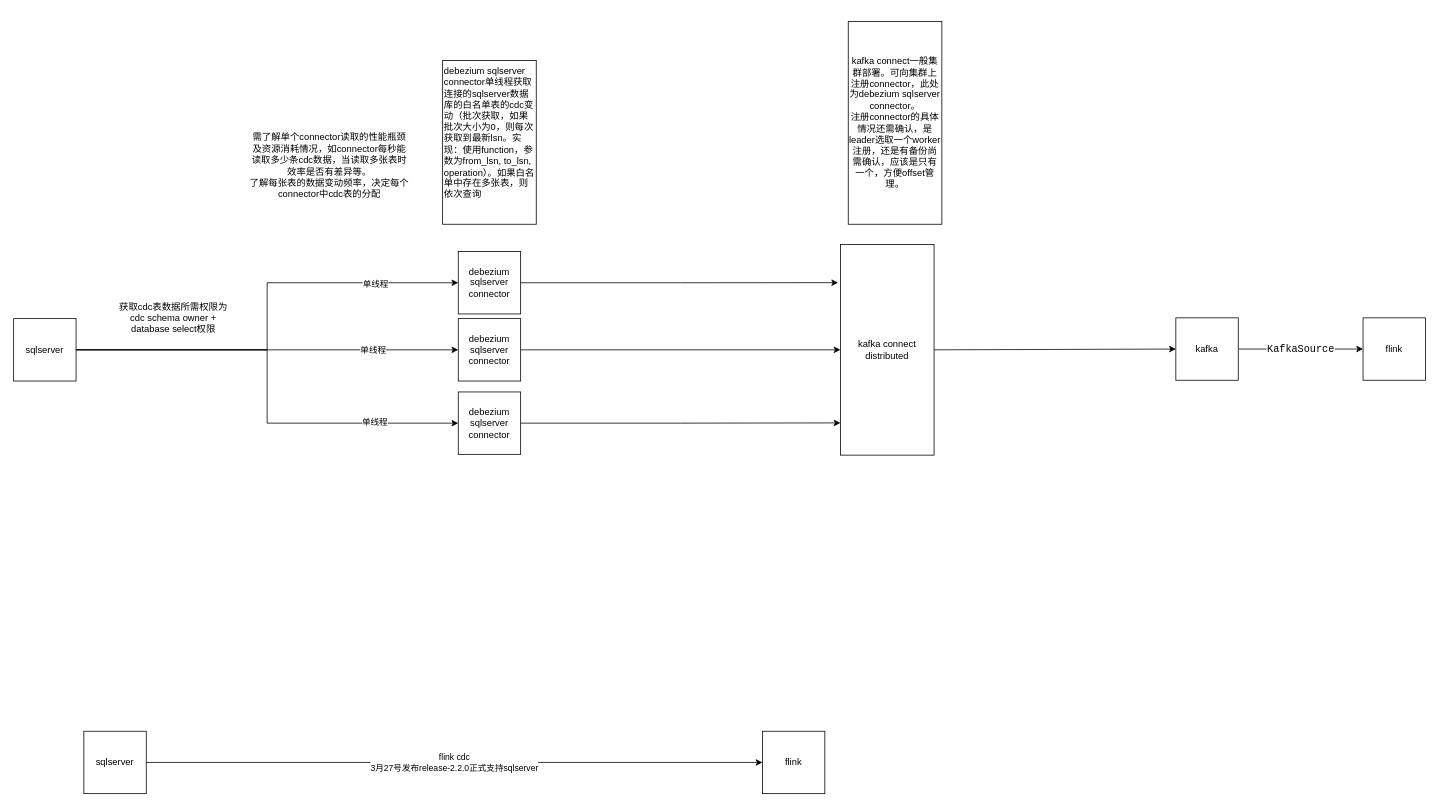
Before: 2021/Untitled Diagram.drawio in nanaliulei/studyPlan, a draw.io diagram. Source tidied: cells renumbered, new cells numbered last; positions are measured from the earlier drawing's top-left corner, leaving out a move shared by most shapes. Both pictures are drawn from the tidied source at 78%, with x=0, y=0 at pixel (13, 21).
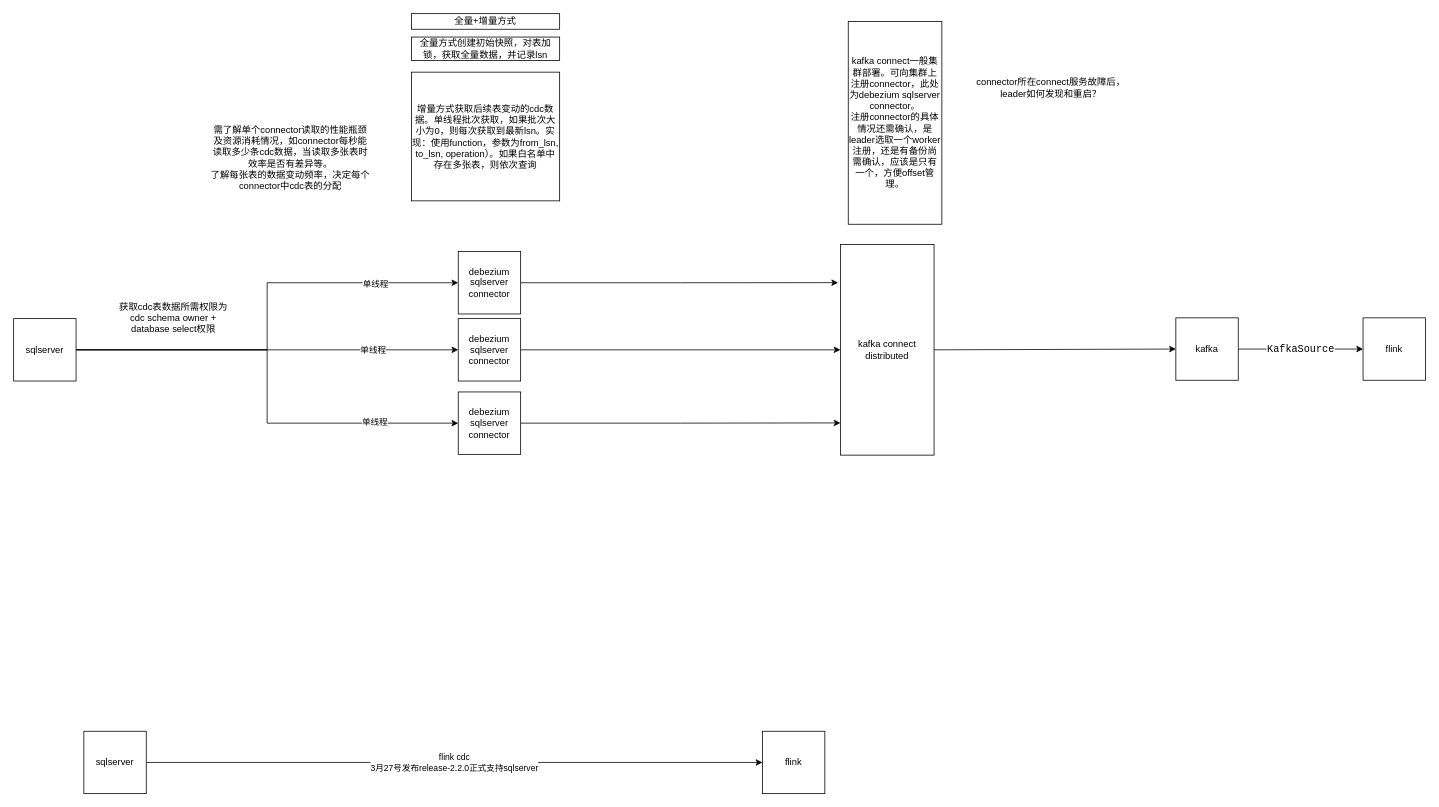
After the change.

What changed in the source:
```diff
@@
-    <mxCell id="2" value="debezium sqlserver connector单线程获取连接的sqlserver数据库的白名单表的cdc变动（批次获取，如果批次大小为0，则每次获取到最新lsn。实现：使用function，参数为from_lsn, to_lsn, operation）。如果白名单中存在多张表，则依次查询" style="rounded=0;whiteSpace=wrap;html=1;gradientColor=none;align=left;verticalAlign=top;" parent="1" vertex="1">
-      <mxGeometry x="550" y="50" width="120" height="210" as="geometry" />
-    </mxCell>
@@
     <mxCell id="21" value="需了解单个connector读取的性能瓶颈及资源消耗情况，如connector每秒能读取多少条cdc数据，当读取多张表时效率是否有差异等。&lt;br&gt;了解每张表的数据变动频率，决定每个connector中cdc表的分配" style="text;html=1;strokeColor=none;fillColor=none;align=center;verticalAlign=middle;whiteSpace=wrap;rounded=0;" parent="1" vertex="1">
-      <mxGeometry x="300" y="130" width="210" height="110" as="geometry" />
+      <mxGeometry x="250" y="120" width="210" height="110" as="geometry" />
     </mxCell>
@@
+    <mxCell id="27" value="connector所在connect服务故障后，leader如何发现和重启？" style="text;html=1;strokeColor=none;fillColor=none;align=center;verticalAlign=middle;whiteSpace=wrap;rounded=0;" parent="1" vertex="1">
+      <mxGeometry x="1230" y="70" width="200" height="30" as="geometry" />
+    </mxCell>
+    <mxCell id="28" value="全量+增量方式" style="rounded=0;whiteSpace=wrap;html=1;" parent="1" vertex="1">
+      <mxGeometry x="510" y="-10" width="190" height="20" as="geometry" />
+    </mxCell>
+    <mxCell id="29" value="全量方式创建初始快照，对表加锁，获取全量数据，并记录lsn" style="rounded=0;whiteSpace=wrap;html=1;" parent="1" vertex="1">
+      <mxGeometry x="510" y="20" width="190" height="30" as="geometry" />
+    </mxCell>
+    <mxCell id="30" value="增量方式获取后续表变动的cdc数据。单线程&lt;span style=&quot;text-align: left&quot;&gt;批次获取，如果批次大小为0，则每次获取到最新lsn。实现：使用function，参数为from_lsn, to_lsn, operation）。如果白名单中存在多张表，则依次查询&lt;/span&gt;" style="rounded=0;whiteSpace=wrap;html=1;" parent="1" vertex="1">
+      <mxGeometry x="510" y="65" width="190" height="165" as="geometry" />
+    </mxCell>
```
